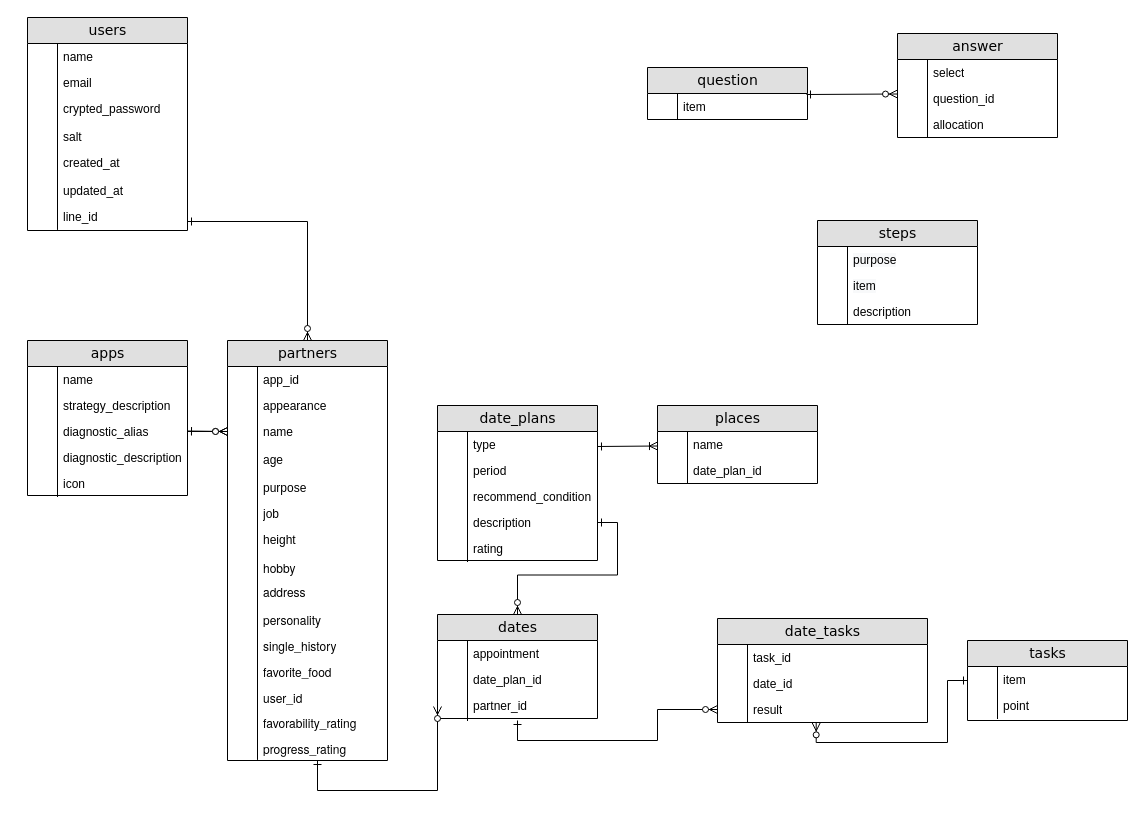
Before: Untitled Diagram.drawio in kstar0102/ryuki0102, a draw.io diagram. Source tidied: cells renumbered, new cells numbered last; positions are measured from the earlier drawing's top-left corner, leaving out a move shared by most shapes. Both pictures are drawn from the tidied source at 100%, with x=0, y=0 at pixel (27, 17).
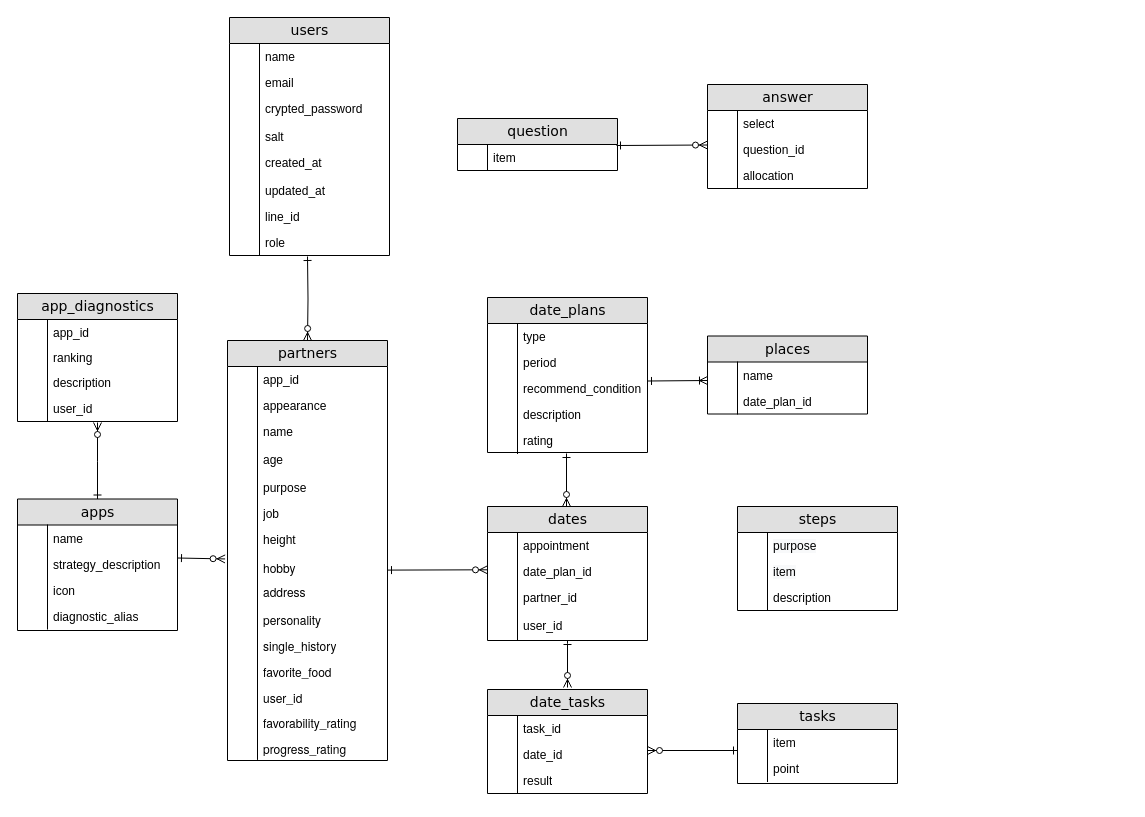
After the change.

The change refers to these unchanged cells:
```xml
<mxCell id="19" value="partners" style="swimlane;html=1;fontStyle=0;horizontal=1;startSize=26;fillColor=#e0e0e0;swimlaneFillColor=#ffffff;align=center;rounded=0;shadow=0;comic=0;labelBackgroundColor=none;strokeWidth=1;fontFamily=Verdana;fontSize=14;" parent="1" vertex="1">
  <mxGeometry x="200" y="323" width="160" height="420" as="geometry" />
</mxCell>
<mxCell id="34" value="&lt;p class=&quot;p1&quot; style=&quot;margin: 0px ; font-stretch: normal ; line-height: normal ; font-family: &amp;#34;helvetica neue&amp;#34;&quot;&gt;hobby&lt;/p&gt;" style="shape=partialRectangle;top=0;left=0;right=0;bottom=0;html=1;align=left;verticalAlign=top;fillColor=none;spacingLeft=34;spacingRight=4;whiteSpace=wrap;overflow=hidden;points=[[0,0.5],[1,0.5]];portConstraint=eastwest;" parent="1" vertex="1">
  <mxGeometry x="200" y="535" width="160" height="36" as="geometry" />
</mxCell>
<mxCell id="46" value="name" style="shape=partialRectangle;top=0;left=0;right=0;bottom=0;html=1;align=left;verticalAlign=top;fillColor=none;spacingLeft=34;spacingRight=4;whiteSpace=wrap;overflow=hidden;points=[[0,0.5],[1,0.5]];portConstraint=eastwest;" parent="1" vertex="1">
  <mxGeometry x="200" y="401" width="160" height="26" as="geometry" />
</mxCell>
```

Change to the diagram source:
```diff
@@
     <mxCell id="2" value="users" style="swimlane;html=1;fontStyle=0;horizontal=1;startSize=26;fillColor=#e0e0e0;swimlaneFillColor=#ffffff;align=center;rounded=0;shadow=0;comic=0;labelBackgroundColor=none;strokeWidth=1;fontFamily=Verdana;fontSize=14;" parent="1" vertex="1">
-      <mxGeometry width="160" height="213" as="geometry" />
+      <mxGeometry x="202" width="160" height="238" as="geometry" />
     </mxCell>
@@
     <mxCell id="11" value="salt" style="shape=partialRectangle;top=0;left=0;right=0;bottom=0;html=1;align=left;verticalAlign=top;fillColor=none;spacingLeft=34;spacingRight=4;whiteSpace=wrap;overflow=hidden;" parent="1" vertex="1">
-      <mxGeometry y="106" width="160" height="26" as="geometry" />
+      <mxGeometry x="202" y="106" width="160" height="26" as="geometry" />
     </mxCell>
@@
     <mxCell id="13" value="created_at" style="shape=partialRectangle;top=0;left=0;right=0;bottom=0;html=1;align=left;verticalAlign=top;fillColor=none;spacingLeft=34;spacingRight=4;whiteSpace=wrap;overflow=hidden;" parent="1" vertex="1">
-      <mxGeometry y="132" width="160" height="26" as="geometry" />
+      <mxGeometry x="202" y="132" width="160" height="26" as="geometry" />
     </mxCell>
@@
     <mxCell id="15" value="updated_at" style="shape=partialRectangle;top=0;left=0;right=0;bottom=0;html=1;align=left;verticalAlign=top;fillColor=none;spacingLeft=34;spacingRight=4;whiteSpace=wrap;overflow=hidden;" parent="1" vertex="1">
-      <mxGeometry y="160" width="160" height="26" as="geometry" />
+      <mxGeometry x="202" y="160" width="160" height="26" as="geometry" />
     </mxCell>
@@
     <mxCell id="17" value="line_id" style="shape=partialRectangle;top=0;left=0;right=0;bottom=0;html=1;align=left;verticalAlign=top;fillColor=none;spacingLeft=34;spacingRight=4;whiteSpace=wrap;overflow=hidden;points=[[0,0.5],[1,0.5]];portConstraint=eastwest;" parent="1" vertex="1">
-      <mxGeometry y="186" width="160" height="36" as="geometry" />
+      <mxGeometry x="202" y="186" width="160" height="36" as="geometry" />
     </mxCell>
@@
     <mxCell id="48" value="date_tasks" style="swimlane;html=1;fontStyle=0;horizontal=1;startSize=26;fillColor=#e0e0e0;swimlaneFillColor=#ffffff;align=center;rounded=0;shadow=0;comic=0;labelBackgroundColor=none;strokeWidth=1;fontFamily=Verdana;fontSize=14;" parent="1" vertex="1">
-      <mxGeometry x="690" y="601" width="210" height="104" as="geometry" />
+      <mxGeometry x="460" y="672" width="160" height="104" as="geometry" />
     </mxCell>
     <mxCell id="49" value="task_id" style="shape=partialRectangle;top=0;left=0;right=0;bottom=0;html=1;align=left;verticalAlign=top;fillColor=none;spacingLeft=34;spacingRight=4;whiteSpace=wrap;overflow=hidden;" parent="48" vertex="1">
-      <mxGeometry y="26" width="210" height="26" as="geometry" />
+      <mxGeometry y="26" width="160" height="26" as="geometry" />
     </mxCell>
@@
     <mxCell id="51" value="date_id" style="shape=partialRectangle;top=0;left=0;right=0;bottom=0;html=1;align=left;verticalAlign=top;fillColor=none;spacingLeft=34;spacingRight=4;whiteSpace=wrap;overflow=hidden;" parent="48" vertex="1">
-      <mxGeometry y="52" width="210" height="26" as="geometry" />
+      <mxGeometry y="52" width="160" height="26" as="geometry" />
     </mxCell>
@@
     <mxCell id="53" value="result" style="shape=partialRectangle;top=0;left=0;right=0;bottom=0;html=1;align=left;verticalAlign=top;fillColor=none;spacingLeft=34;spacingRight=4;whiteSpace=wrap;overflow=hidden;points=[[0,0.5],[1,0.5]];portConstraint=eastwest;" parent="48" vertex="1">
-      <mxGeometry y="78" width="210" height="26" as="geometry" />
+      <mxGeometry y="78" width="160" height="26" as="geometry" />
     </mxCell>
@@
-    <mxCell id="55" style="edgeStyle=orthogonalEdgeStyle;rounded=0;jettySize=auto;html=1;exitX=0.5;exitY=0;exitDx=0;exitDy=0;startArrow=ERzeroToMany;startFill=1;endArrow=ERone;endFill=0;entryX=1;entryY=0.5;entryDx=0;entryDy=0;" parent="1" edge="1" source="56" target="105">
-      <mxGeometry relative="1" as="geometry" />
-    </mxCell>
     <mxCell id="56" value="dates" style="swimlane;html=1;fontStyle=0;horizontal=1;startSize=26;fillColor=#e0e0e0;swimlaneFillColor=#ffffff;align=center;rounded=0;shadow=0;comic=0;labelBackgroundColor=none;strokeWidth=1;fontFamily=Verdana;fontSize=14;" parent="1" vertex="1">
-      <mxGeometry x="410" y="597" width="160" height="104" as="geometry" />
+      <mxGeometry x="460" y="489" width="160" height="134" as="geometry" />
     </mxCell>
@@
-    <mxCell id="61" style="shape=partialRectangle;top=0;left=0;right=0;bottom=0;html=1;align=left;verticalAlign=top;fillColor=none;spacingLeft=34;spacingRight=4;whiteSpace=wrap;overflow=hidden;" parent="56" vertex="1">
-      <mxGeometry y="78" width="160" height="26" as="geometry" />
-    </mxCell>
-    <mxCell id="62" style="shape=partialRectangle;top=0;left=0;bottom=0;html=1;fillColor=none;align=left;verticalAlign=top;spacingLeft=4;spacingRight=4;whiteSpace=wrap;overflow=hidden;" parent="61" vertex="1">
-      <mxGeometry width="30" height="26" as="geometry" />
-    </mxCell>
+    <mxCell id="111" value="partner_id" style="shape=partialRectangle;top=0;left=0;right=0;bottom=0;html=1;align=left;verticalAlign=top;fillColor=none;spacingLeft=34;spacingRight=4;whiteSpace=wrap;overflow=hidden;points=[[0,0.5],[1,0.5]];portConstraint=eastwest;" parent="56" vertex="1">
+      <mxGeometry y="78" width="160" height="28" as="geometry" />
+    </mxCell>
+    <mxCell id="112" style="shape=partialRectangle;top=0;left=0;bottom=0;html=1;fillColor=none;align=left;verticalAlign=top;spacingLeft=4;spacingRight=4;whiteSpace=wrap;overflow=hidden;" parent="111" vertex="1">
+      <mxGeometry width="30" height="28" as="geometry" />
+    </mxCell>
+    <mxCell id="126" value="user_id" style="shape=partialRectangle;top=0;left=0;right=0;bottom=0;html=1;align=left;verticalAlign=top;fillColor=none;spacingLeft=34;spacingRight=4;whiteSpace=wrap;overflow=hidden;" parent="56" vertex="1">
+      <mxGeometry y="106" width="160" height="28" as="geometry" />
+    </mxCell>
+    <mxCell id="127" style="shape=partialRectangle;top=0;left=0;bottom=0;html=1;fillColor=none;align=left;verticalAlign=top;spacingLeft=4;spacingRight=4;whiteSpace=wrap;overflow=hidden;" parent="126" vertex="1">
+      <mxGeometry width="30" height="28" as="geometry" />
+    </mxCell>
     <mxCell id="63" value="date_plans" style="swimlane;html=1;fontStyle=0;horizontal=1;startSize=26;fillColor=#e0e0e0;swimlaneFillColor=#ffffff;align=center;rounded=0;shadow=0;comic=0;labelBackgroundColor=none;strokeWidth=1;fontFamily=Verdana;fontSize=14;" parent="1" vertex="1">
-      <mxGeometry x="410" y="388" width="160" height="155" as="geometry" />
+      <mxGeometry x="460" y="280" width="160" height="155" as="geometry" />
     </mxCell>
@@
     <mxCell id="68" value="apps" style="swimlane;html=1;fontStyle=0;horizontal=1;startSize=26;fillColor=#e0e0e0;swimlaneFillColor=#ffffff;align=center;rounded=0;shadow=0;comic=0;labelBackgroundColor=none;strokeWidth=1;fontFamily=Verdana;fontSize=14;" parent="1" vertex="1">
-      <mxGeometry y="323" width="160" height="155" as="geometry" />
+      <mxGeometry x="-10" y="481.5" width="160" height="131.5" as="geometry" />
     </mxCell>
@@
-    <mxCell id="73" value="diagnostic_alias" style="shape=partialRectangle;top=0;left=0;right=0;bottom=0;html=1;align=left;verticalAlign=top;fillColor=none;spacingLeft=34;spacingRight=4;whiteSpace=wrap;overflow=hidden;points=[[0,0.5],[1,0.5]];portConstraint=eastwest;" parent="68" vertex="1">
-      <mxGeometry y="78" width="160" height="26" as="geometry" />
-    </mxCell>
-    <mxCell id="74" style="shape=partialRectangle;top=0;left=0;bottom=0;html=1;fillColor=none;align=left;verticalAlign=top;spacingLeft=4;spacingRight=4;whiteSpace=wrap;overflow=hidden;" parent="73" vertex="1">
-      <mxGeometry width="30" height="26" as="geometry" />
-    </mxCell>
-    <mxCell id="75" value="diagnostic_description" style="shape=partialRectangle;top=0;left=0;right=0;bottom=0;html=1;align=left;verticalAlign=top;fillColor=none;spacingLeft=34;spacingRight=4;whiteSpace=wrap;overflow=hidden;" parent="68" vertex="1">
-      <mxGeometry y="104" width="160" height="26" as="geometry" />
-    </mxCell>
-    <mxCell id="76" style="shape=partialRectangle;top=0;left=0;bottom=0;html=1;fillColor=none;align=left;verticalAlign=top;spacingLeft=4;spacingRight=4;whiteSpace=wrap;overflow=hidden;" parent="75" vertex="1">
-      <mxGeometry width="30" height="26" as="geometry" />
-    </mxCell>
     <mxCell id="77" value="icon" style="shape=partialRectangle;top=0;left=0;right=0;bottom=0;html=1;align=left;verticalAlign=top;fillColor=none;spacingLeft=34;spacingRight=4;whiteSpace=wrap;overflow=hidden;" parent="68" vertex="1">
-      <mxGeometry y="130" width="160" height="25" as="geometry" />
+      <mxGeometry y="78" width="160" height="25" as="geometry" />
     </mxCell>
@@
     <mxCell id="79" value="steps" style="swimlane;html=1;fontStyle=0;horizontal=1;startSize=26;fillColor=#e0e0e0;swimlaneFillColor=#ffffff;align=center;rounded=0;shadow=0;comic=0;labelBackgroundColor=none;strokeWidth=1;fontFamily=Verdana;fontSize=14;" parent="1" vertex="1">
-      <mxGeometry x="790" y="203" width="160" height="104" as="geometry" />
+      <mxGeometry x="710" y="489" width="160" height="104" as="geometry" />
     </mxCell>
@@
     <mxCell id="86" value="question" style="swimlane;html=1;fontStyle=0;horizontal=1;startSize=26;fillColor=#e0e0e0;swimlaneFillColor=#ffffff;align=center;rounded=0;shadow=0;comic=0;labelBackgroundColor=none;strokeWidth=1;fontFamily=Verdana;fontSize=14;" parent="1" vertex="1">
-      <mxGeometry x="620" y="50" width="160" height="52" as="geometry" />
+      <mxGeometry x="430" y="101" width="160" height="52" as="geometry" />
     </mxCell>
@@
     <mxCell id="89" value="answer" style="swimlane;html=1;fontStyle=0;horizontal=1;startSize=26;fillColor=#e0e0e0;swimlaneFillColor=#ffffff;align=center;rounded=0;shadow=0;comic=0;labelBackgroundColor=none;strokeWidth=1;fontFamily=Verdana;fontSize=14;" parent="1" vertex="1">
-      <mxGeometry x="870" y="16" width="160" height="104" as="geometry" />
+      <mxGeometry x="680" y="67" width="160" height="104" as="geometry" />
     </mxCell>
@@
     <mxCell id="96" style="endArrow=ERzeroToMany;html=1;rounded=0;startArrow=ERone;startFill=0;endFill=1;entryX=0;entryY=1;entryDx=0;entryDy=0;entryPerimeter=0;" parent="1" edge="1">
       <mxGeometry relative="1" as="geometry">
-        <mxPoint x="779" y="77" as="sourcePoint" />
-        <mxPoint x="870" y="76.5" as="targetPoint" />
+        <mxPoint x="589" y="128" as="sourcePoint" />
+        <mxPoint x="680" y="127.5" as="targetPoint" />
       </mxGeometry>
     </mxCell>
     <mxCell id="97" value="places" style="swimlane;html=1;fontStyle=0;horizontal=1;startSize=26;fillColor=#e0e0e0;swimlaneFillColor=#ffffff;align=center;rounded=0;shadow=0;comic=0;labelBackgroundColor=none;strokeWidth=1;fontFamily=Verdana;fontSize=14;" parent="1" vertex="1">
-      <mxGeometry x="630" y="388" width="160" height="78" as="geometry" />
+      <mxGeometry x="680" y="318.5" width="160" height="78" as="geometry" />
     </mxCell>
@@
     <mxCell id="102" style="endArrow=ERoneToMany;html=1;rounded=0;startArrow=ERone;startFill=0;endFill=0;entryX=0;entryY=1;entryDx=0;entryDy=0;entryPerimeter=0;" parent="1" edge="1">
       <mxGeometry relative="1" as="geometry">
-        <mxPoint x="570" y="429" as="sourcePoint" />
-        <mxPoint x="630" y="428.5" as="targetPoint" />
+        <mxPoint x="620" y="363.5" as="sourcePoint" />
+        <mxPoint x="680" y="363" as="targetPoint" />
       </mxGeometry>
     </mxCell>
     <mxCell id="103" value="recommend_condition" style="shape=partialRectangle;top=0;left=0;right=0;bottom=0;html=1;align=left;verticalAlign=top;fillColor=none;spacingLeft=34;spacingRight=4;whiteSpace=wrap;overflow=hidden;" parent="1" vertex="1">
-      <mxGeometry x="410" y="466" width="160" height="26" as="geometry" />
+      <mxGeometry x="460" y="358" width="160" height="26" as="geometry" />
     </mxCell>
@@
     <mxCell id="105" value="description" style="shape=partialRectangle;top=0;left=0;right=0;bottom=0;html=1;align=left;verticalAlign=top;fillColor=none;spacingLeft=34;spacingRight=4;whiteSpace=wrap;overflow=hidden;points=[[0,0.5],[1,0.5]];portConstraint=eastwest;" parent="1" vertex="1">
-      <mxGeometry x="410" y="492" width="160" height="26" as="geometry" />
+      <mxGeometry x="460" y="384" width="160" height="26" as="geometry" />
     </mxCell>
@@
-    <mxCell id="107" style="endArrow=ERzeroToMany;html=1;rounded=0;startArrow=ERone;startFill=0;endFill=1;" parent="1" edge="1">
-      <mxGeometry relative="1" as="geometry">
-        <mxPoint x="160" y="413.5" as="sourcePoint" />
-        <mxPoint x="200" y="414" as="targetPoint" />
-      </mxGeometry>
-    </mxCell>
-    <mxCell id="108" style="edgeStyle=orthogonalEdgeStyle;rounded=0;jettySize=auto;html=1;startArrow=ERone;startFill=0;endArrow=ERzeroToMany;endFill=1;" parent="1" edge="1" source="73" target="46">
-      <mxGeometry relative="1" as="geometry" />
+    <mxCell id="108" style="edgeStyle=orthogonalEdgeStyle;rounded=0;jettySize=auto;html=1;startArrow=ERone;startFill=0;endArrow=ERzeroToMany;endFill=1;entryX=-0.015;entryY=0.179;entryDx=0;entryDy=0;entryPerimeter=0;" parent="1" edge="1" target="34">
+      <mxGeometry relative="1" as="geometry">
+        <mxPoint x="150" y="540.5" as="sourcePoint" />
+      </mxGeometry>
     </mxCell>
-    <mxCell id="109" style="edgeStyle=orthogonalEdgeStyle;rounded=0;jettySize=auto;html=1;startArrow=ERone;startFill=0;endArrow=ERzeroToMany;endFill=1;entryX=0.5;entryY=0;entryDx=0;entryDy=0;" parent="1" edge="1" source="17" target="19">
-      <mxGeometry relative="1" as="geometry" />
+    <mxCell id="109" style="edgeStyle=orthogonalEdgeStyle;rounded=0;jettySize=auto;html=1;startArrow=ERone;startFill=0;endArrow=ERzeroToMany;endFill=1;" parent="1" edge="1" target="19">
+      <mxGeometry relative="1" as="geometry">
+        <mxPoint x="280" y="239" as="sourcePoint" />
+      </mxGeometry>
     </mxCell>
-    <mxCell id="110" style="edgeStyle=orthogonalEdgeStyle;rounded=0;jettySize=auto;html=1;exitX=0;exitY=0.5;exitDx=0;exitDy=0;startArrow=ERzeroToMany;startFill=1;endArrow=ERone;endFill=0;" parent="1" edge="1" source="111">
-      <mxGeometry relative="1" as="geometry">
-        <mxPoint x="290" y="743" as="targetPoint" />
-        <Array as="points">
-          <mxPoint x="410" y="773" />
-          <mxPoint x="290" y="773" />
-        </Array>
-      </mxGeometry>
-    </mxCell>
-    <mxCell id="111" value="partner_id" style="shape=partialRectangle;top=0;left=0;right=0;bottom=0;html=1;align=left;verticalAlign=top;fillColor=none;spacingLeft=34;spacingRight=4;whiteSpace=wrap;overflow=hidden;points=[[0,0.5],[1,0.5]];portConstraint=eastwest;" parent="1" vertex="1">
-      <mxGeometry x="410" y="675" width="160" height="28" as="geometry" />
-    </mxCell>
-    <mxCell id="112" style="shape=partialRectangle;top=0;left=0;bottom=0;html=1;fillColor=none;align=left;verticalAlign=top;spacingLeft=4;spacingRight=4;whiteSpace=wrap;overflow=hidden;" parent="111" vertex="1">
-      <mxGeometry width="30" height="28" as="geometry" />
-    </mxCell>
-    <mxCell id="113" style="edgeStyle=orthogonalEdgeStyle;rounded=0;jettySize=auto;html=1;exitX=0;exitY=0.5;exitDx=0;exitDy=0;entryX=0.5;entryY=1;entryDx=0;entryDy=0;entryPerimeter=0;startArrow=ERzeroToMany;startFill=1;endArrow=ERone;endFill=0;" parent="1" edge="1" source="53" target="111">
-      <mxGeometry relative="1" as="geometry" />
+    <mxCell id="113" style="edgeStyle=orthogonalEdgeStyle;rounded=0;orthogonalLoop=1;jettySize=auto;html=1;startArrow=ERzeroToMany;startFill=1;endArrow=ERone;endFill=0;" parent="1" edge="1">
+      <mxGeometry relative="1" as="geometry">
+        <mxPoint x="540" y="670" as="sourcePoint" />
+        <mxPoint x="540" y="623" as="targetPoint" />
+        <Array as="points">
+          <mxPoint x="540" y="626" />
+        </Array>
+      </mxGeometry>
     </mxCell>
-    <mxCell id="114" style="edgeStyle=orthogonalEdgeStyle;rounded=0;jettySize=auto;html=1;exitX=0;exitY=0.5;exitDx=0;exitDy=0;startArrow=ERone;startFill=0;endArrow=ERzeroToMany;endFill=1;entryX=0.47;entryY=1.014;entryDx=0;entryDy=0;entryPerimeter=0;" parent="1" edge="1" source="115" target="53">
-      <mxGeometry relative="1" as="geometry" />
+    <mxCell id="114" style="edgeStyle=orthogonalEdgeStyle;rounded=0;orthogonalLoop=1;jettySize=auto;html=1;startArrow=ERone;startFill=0;endArrow=ERzeroToMany;endFill=1;" parent="1" edge="1">
+      <mxGeometry relative="1" as="geometry">
+        <mxPoint x="710" y="733" as="sourcePoint" />
+        <mxPoint x="620" y="733" as="targetPoint" />
+      </mxGeometry>
     </mxCell>
     <mxCell id="115" value="tasks" style="swimlane;html=1;fontStyle=0;horizontal=1;startSize=26;fillColor=#e0e0e0;swimlaneFillColor=#ffffff;align=center;rounded=0;shadow=0;comic=0;labelBackgroundColor=none;strokeWidth=1;fontFamily=Verdana;fontSize=14;" parent="1" vertex="1">
-      <mxGeometry x="940" y="623" width="160" height="80" as="geometry" />
+      <mxGeometry x="710" y="686" width="160" height="80" as="geometry" />
     </mxCell>
@@
     <mxCell id="118" value="point" style="shape=partialRectangle;top=0;left=0;right=0;bottom=0;html=1;align=left;verticalAlign=top;fillColor=none;spacingLeft=34;spacingRight=4;whiteSpace=wrap;overflow=hidden;" parent="1" vertex="1">
-      <mxGeometry x="940" y="675" width="160" height="26" as="geometry" />
+      <mxGeometry x="710" y="738" width="160" height="26" as="geometry" />
     </mxCell>
@@
     <mxCell id="124" value="rating" style="shape=partialRectangle;top=0;left=0;right=0;bottom=0;html=1;align=left;verticalAlign=top;fillColor=none;spacingLeft=34;spacingRight=4;whiteSpace=wrap;overflow=hidden;" parent="1" vertex="1">
-      <mxGeometry x="410" y="518" width="160" height="26" as="geometry" />
+      <mxGeometry x="460" y="410" width="160" height="26" as="geometry" />
     </mxCell>
@@
+    <mxCell id="128" style="endArrow=ERzeroToMany;html=1;rounded=0;startArrow=ERone;startFill=0;endFill=1;" parent="1" edge="1">
+      <mxGeometry relative="1" as="geometry">
+        <mxPoint x="360" y="552.6" as="sourcePoint" />
+        <mxPoint x="460" y="552.3" as="targetPoint" />
+      </mxGeometry>
+    </mxCell>
+    <mxCell id="129" style="endArrow=ERzeroToMany;html=1;rounded=0;startArrow=ERone;startFill=0;endFill=1;strokeWidth=1;fontSize=11;" parent="1" edge="1">
+      <mxGeometry relative="1" as="geometry">
+        <mxPoint x="539" y="436" as="sourcePoint" />
+        <mxPoint x="539" y="489" as="targetPoint" />
+      </mxGeometry>
+    </mxCell>
+    <mxCell id="130" value="app_diagnostics" style="swimlane;html=1;fontStyle=0;horizontal=1;startSize=26;fillColor=#e0e0e0;swimlaneFillColor=#ffffff;align=center;rounded=0;shadow=0;comic=0;labelBackgroundColor=none;strokeWidth=1;fontFamily=Verdana;fontSize=14;" parent="1" vertex="1">
+      <mxGeometry x="-10" y="276" width="160" height="128" as="geometry" />
+    </mxCell>
+    <mxCell id="131" value="app_id" style="shape=partialRectangle;top=0;left=0;right=0;bottom=0;html=1;align=left;verticalAlign=top;fillColor=none;spacingLeft=34;spacingRight=4;whiteSpace=wrap;overflow=hidden;" parent="130" vertex="1">
+      <mxGeometry y="26" width="160" height="25" as="geometry" />
+    </mxCell>
+    <mxCell id="132" style="shape=partialRectangle;top=0;left=0;bottom=0;html=1;fillColor=none;align=left;verticalAlign=top;spacingLeft=4;spacingRight=4;whiteSpace=wrap;overflow=hidden;" parent="131" vertex="1">
+      <mxGeometry width="30" height="26" as="geometry" />
+    </mxCell>
+    <mxCell id="133" value="ranking" style="shape=partialRectangle;top=0;left=0;right=0;bottom=0;html=1;align=left;verticalAlign=top;fillColor=none;spacingLeft=34;spacingRight=4;whiteSpace=wrap;overflow=hidden;" parent="130" vertex="1">
+      <mxGeometry y="51" width="160" height="25" as="geometry" />
+    </mxCell>
+    <mxCell id="134" style="shape=partialRectangle;top=0;left=0;bottom=0;html=1;fillColor=none;align=left;verticalAlign=top;spacingLeft=4;spacingRight=4;whiteSpace=wrap;overflow=hidden;" parent="133" vertex="1">
+      <mxGeometry width="30" height="26" as="geometry" />
+    </mxCell>
+    <mxCell id="135" value="description" style="shape=partialRectangle;top=0;left=0;right=0;bottom=0;html=1;align=left;verticalAlign=top;fillColor=none;spacingLeft=34;spacingRight=4;whiteSpace=wrap;overflow=hidden;" parent="130" vertex="1">
+      <mxGeometry y="76" width="160" height="26" as="geometry" />
+    </mxCell>
+    <mxCell id="136" style="shape=partialRectangle;top=0;left=0;bottom=0;html=1;fillColor=none;align=left;verticalAlign=top;spacingLeft=4;spacingRight=4;whiteSpace=wrap;overflow=hidden;" parent="135" vertex="1">
+      <mxGeometry width="30" height="26" as="geometry" />
+    </mxCell>
+    <mxCell id="137" value="user_id" style="shape=partialRectangle;top=0;left=0;right=0;bottom=0;html=1;align=left;verticalAlign=top;fillColor=none;spacingLeft=34;spacingRight=4;whiteSpace=wrap;overflow=hidden;" parent="130" vertex="1">
+      <mxGeometry y="102" width="160" height="25" as="geometry" />
+    </mxCell>
+    <mxCell id="138" style="shape=partialRectangle;top=0;left=0;bottom=0;html=1;fillColor=none;align=left;verticalAlign=top;spacingLeft=4;spacingRight=4;whiteSpace=wrap;overflow=hidden;" parent="137" vertex="1">
+      <mxGeometry width="30" height="26" as="geometry" />
+    </mxCell>
+    <mxCell id="139" style="edgeStyle=orthogonalEdgeStyle;rounded=0;jettySize=auto;html=1;startArrow=ERone;startFill=0;endArrow=ERzeroToMany;endFill=1;exitX=0.5;exitY=0;exitDx=0;exitDy=0;" parent="1" edge="1" source="68">
+      <mxGeometry relative="1" as="geometry">
+        <mxPoint x="70" y="405" as="targetPoint" />
+      </mxGeometry>
+    </mxCell>
+    <mxCell id="73" value="diagnostic_alias" style="shape=partialRectangle;top=0;left=0;right=0;bottom=0;html=1;align=left;verticalAlign=top;fillColor=none;spacingLeft=34;spacingRight=4;whiteSpace=wrap;overflow=hidden;points=[[0,0.5],[1,0.5]];portConstraint=eastwest;" parent="1" vertex="1">
+      <mxGeometry x="-10" y="585.5" width="160" height="25" as="geometry" />
+    </mxCell>
+    <mxCell id="140" style="shape=partialRectangle;top=0;left=0;bottom=0;html=1;fillColor=none;align=left;verticalAlign=top;spacingLeft=4;spacingRight=4;whiteSpace=wrap;overflow=hidden;" parent="73" vertex="1">
+      <mxGeometry width="30" height="26" as="geometry" />
+    </mxCell>
+    <mxCell id="141" value="role" style="shape=partialRectangle;top=0;left=0;right=0;bottom=0;html=1;align=left;verticalAlign=top;fillColor=none;spacingLeft=34;spacingRight=4;whiteSpace=wrap;overflow=hidden;" parent="1" vertex="1">
+      <mxGeometry x="202" y="212" width="160" height="36" as="geometry" />
+    </mxCell>
+    <mxCell id="142" style="shape=partialRectangle;top=0;left=0;bottom=0;html=1;fillColor=none;align=left;verticalAlign=top;spacingLeft=4;spacingRight=4;whiteSpace=wrap;overflow=hidden;" parent="141" vertex="1">
+      <mxGeometry width="30" height="25.9" as="geometry" />
+    </mxCell>
```
